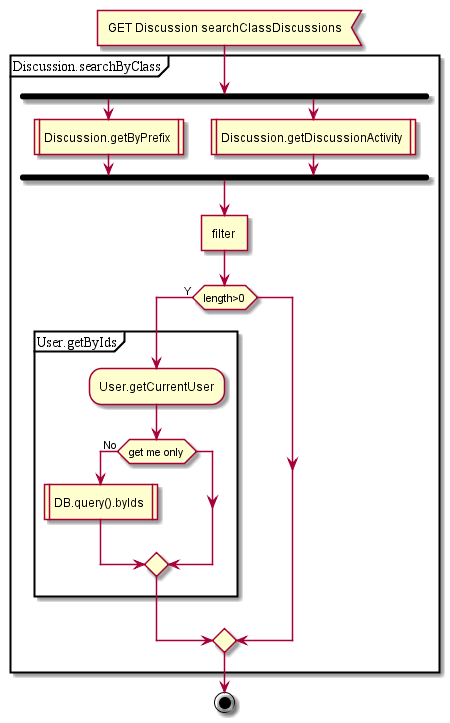
Before: controller/img/Discussion_GET_searchClassDiscussions.png, a diagram exported from PlantUML (MaxXx1313/testwiki). Its diagram source:
```plantuml
@startuml


:GET Discussion searchClassDiscussions<

partition Discussion.searchByClass {
    fork
      :Discussion.getByPrefix |
    fork again
      :Discussion.getDiscussionActivity |
    end fork
    :filter ]

    if (length>0) then (Y)

        partition User.getByIds {
            :User.getCurrentUser;
            if (get me only) then (No)
                :DB.query().byIds |
            endif;
        }

    endif;
}
stop

@enduml
```
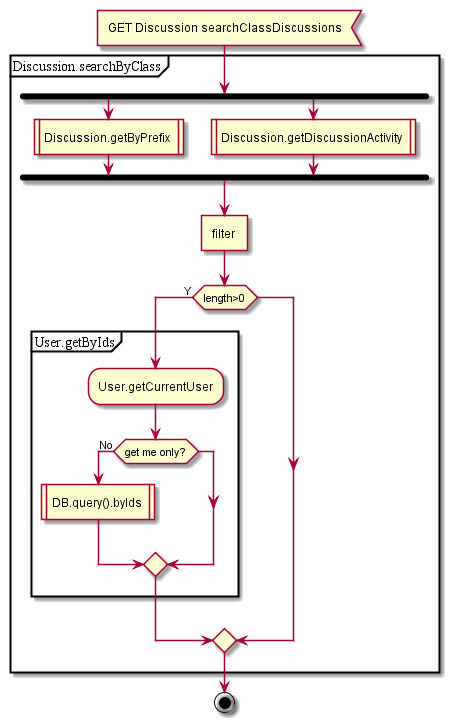
After the change.

Diff of the diagram source:
```diff
@@ -15,7 +15,7 @@
 
         partition User.getByIds {
             :User.getCurrentUser;
-            if (get me only) then (No)
+            if (get me only?) then (No)
                 :DB.query().byIds |
             endif;
         }
```
